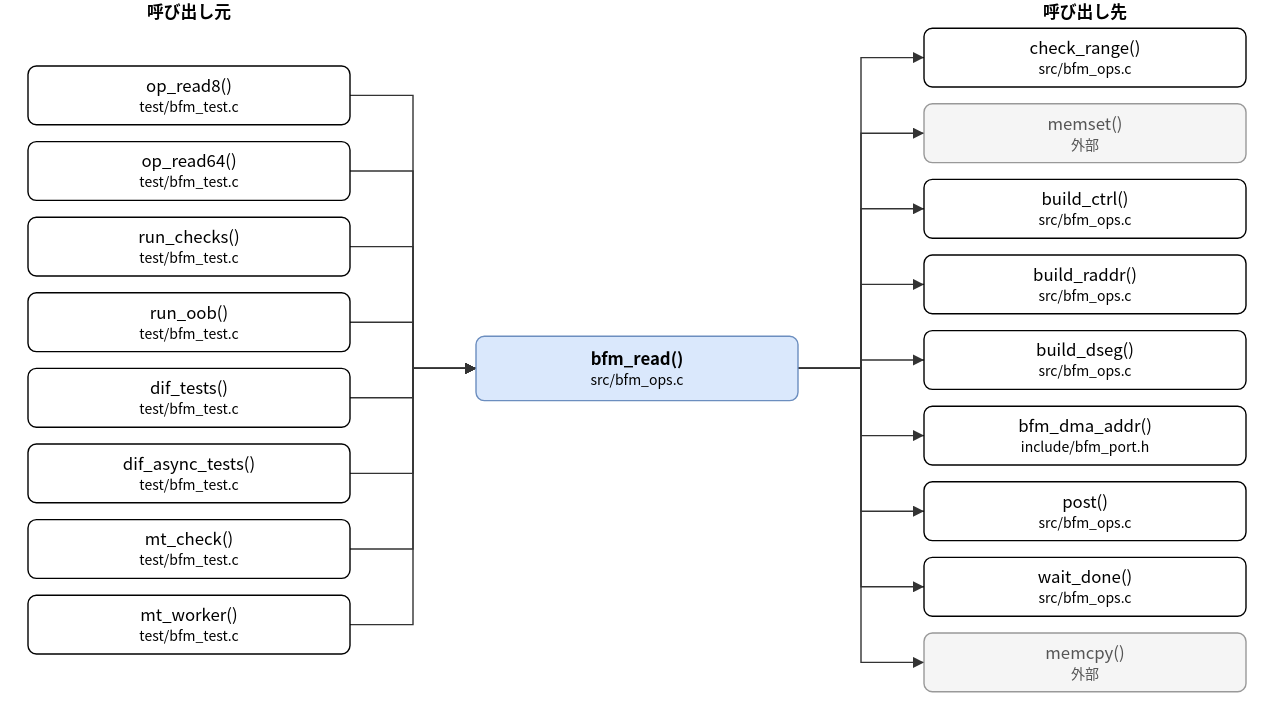
Above: doc/spec/images/call_src_bfm_ops-bfm_read.drawio.svg in hf355051012-ai/bfmem (draw.io), before the change. Source tidied: cells renumbered, new cells last; positions are measured from the earlier drawing's top-left corner, leaving out a move shared by most shapes.
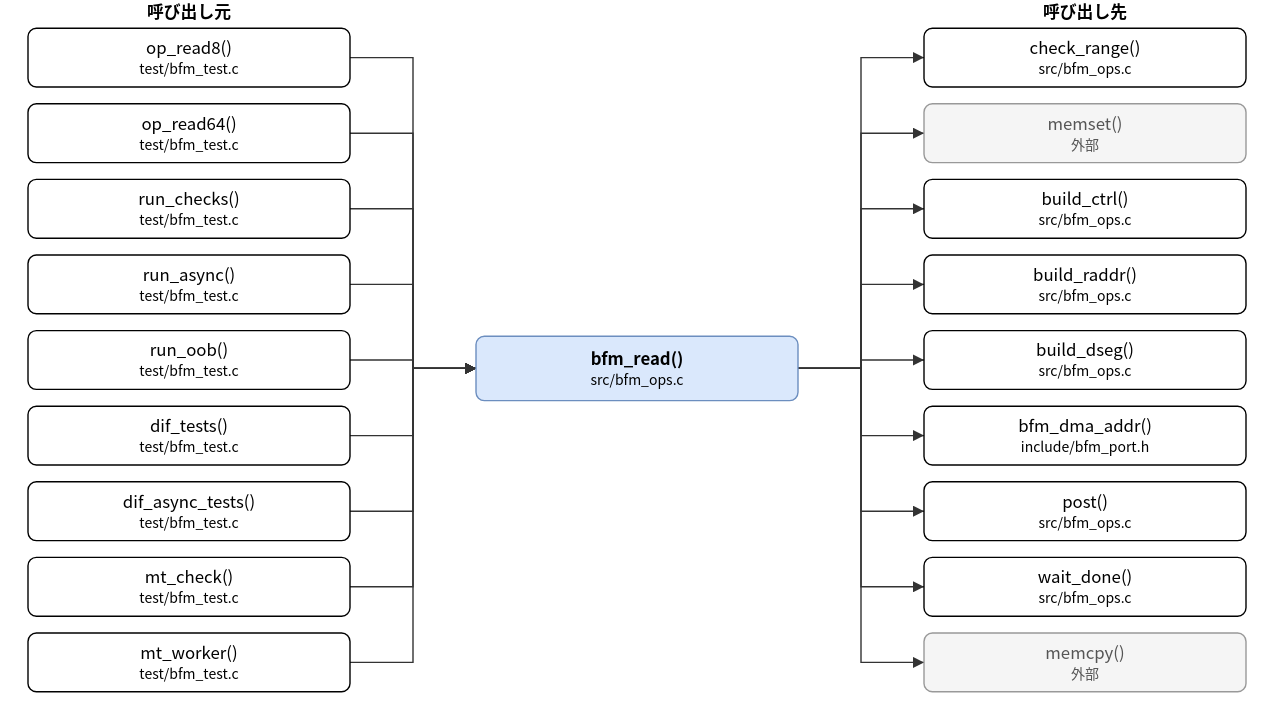
The same file after the commit.

Diff of the diagram source:
```diff
@@ -6,29 +6,32 @@
       <mxGeometry x="320" y="240" width="230" height="46" as="geometry" />
     </mxCell>
     <mxCell id="3" value="op_read8()&lt;br&gt;&lt;font style=&quot;font-size:10px&quot;&gt;test/bfm_test.c&lt;/font&gt;" style="rounded=1;whiteSpace=wrap;html=1;" parent="1" vertex="1">
-      <mxGeometry y="47" width="230" height="42" as="geometry" />
+      <mxGeometry y="20" width="230" height="42" as="geometry" />
     </mxCell>
     <mxCell id="4" value="op_read64()&lt;br&gt;&lt;font style=&quot;font-size:10px&quot;&gt;test/bfm_test.c&lt;/font&gt;" style="rounded=1;whiteSpace=wrap;html=1;" parent="1" vertex="1">
-      <mxGeometry y="101" width="230" height="42" as="geometry" />
+      <mxGeometry y="74" width="230" height="42" as="geometry" />
     </mxCell>
     <mxCell id="5" value="run_checks()&lt;br&gt;&lt;font style=&quot;font-size:10px&quot;&gt;test/bfm_test.c&lt;/font&gt;" style="rounded=1;whiteSpace=wrap;html=1;" parent="1" vertex="1">
-      <mxGeometry y="155" width="230" height="42" as="geometry" />
+      <mxGeometry y="128" width="230" height="42" as="geometry" />
     </mxCell>
-    <mxCell id="6" value="run_oob()&lt;br&gt;&lt;font style=&quot;font-size:10px&quot;&gt;test/bfm_test.c&lt;/font&gt;" style="rounded=1;whiteSpace=wrap;html=1;" parent="1" vertex="1">
-      <mxGeometry y="209" width="230" height="42" as="geometry" />
+    <mxCell id="6" value="run_async()&lt;br&gt;&lt;font style=&quot;font-size:10px&quot;&gt;test/bfm_test.c&lt;/font&gt;" style="rounded=1;whiteSpace=wrap;html=1;" parent="1" vertex="1">
+      <mxGeometry y="182" width="230" height="42" as="geometry" />
     </mxCell>
-    <mxCell id="7" value="dif_tests()&lt;br&gt;&lt;font style=&quot;font-size:10px&quot;&gt;test/bfm_test.c&lt;/font&gt;" style="rounded=1;whiteSpace=wrap;html=1;" parent="1" vertex="1">
-      <mxGeometry y="263" width="230" height="42" as="geometry" />
+    <mxCell id="7" value="run_oob()&lt;br&gt;&lt;font style=&quot;font-size:10px&quot;&gt;test/bfm_test.c&lt;/font&gt;" style="rounded=1;whiteSpace=wrap;html=1;" parent="1" vertex="1">
+      <mxGeometry y="236" width="230" height="42" as="geometry" />
     </mxCell>
-    <mxCell id="8" value="dif_async_tests()&lt;br&gt;&lt;font style=&quot;font-size:10px&quot;&gt;test/bfm_test.c&lt;/font&gt;" style="rounded=1;whiteSpace=wrap;html=1;" parent="1" vertex="1">
-      <mxGeometry y="317" width="230" height="42" as="geometry" />
+    <mxCell id="8" value="dif_tests()&lt;br&gt;&lt;font style=&quot;font-size:10px&quot;&gt;test/bfm_test.c&lt;/font&gt;" style="rounded=1;whiteSpace=wrap;html=1;" parent="1" vertex="1">
+      <mxGeometry y="290" width="230" height="42" as="geometry" />
     </mxCell>
-    <mxCell id="9" value="mt_check()&lt;br&gt;&lt;font style=&quot;font-size:10px&quot;&gt;test/bfm_test.c&lt;/font&gt;" style="rounded=1;whiteSpace=wrap;html=1;" parent="1" vertex="1">
-      <mxGeometry y="371" width="230" height="42" as="geometry" />
+    <mxCell id="9" value="dif_async_tests()&lt;br&gt;&lt;font style=&quot;font-size:10px&quot;&gt;test/bfm_test.c&lt;/font&gt;" style="rounded=1;whiteSpace=wrap;html=1;" parent="1" vertex="1">
+      <mxGeometry y="344" width="230" height="42" as="geometry" />
     </mxCell>
-    <mxCell id="10" value="mt_worker()&lt;br&gt;&lt;font style=&quot;font-size:10px&quot;&gt;test/bfm_test.c&lt;/font&gt;" style="rounded=1;whiteSpace=wrap;html=1;" parent="1" vertex="1">
-      <mxGeometry y="425" width="230" height="42" as="geometry" />
+    <mxCell id="10" value="mt_check()&lt;br&gt;&lt;font style=&quot;font-size:10px&quot;&gt;test/bfm_test.c&lt;/font&gt;" style="rounded=1;whiteSpace=wrap;html=1;" parent="1" vertex="1">
+      <mxGeometry y="398" width="230" height="42" as="geometry" />
     </mxCell>
+    <mxCell id="39" value="mt_worker()&lt;br&gt;&lt;font style=&quot;font-size:10px&quot;&gt;test/bfm_test.c&lt;/font&gt;" style="rounded=1;whiteSpace=wrap;html=1;" parent="1" vertex="1">
+      <mxGeometry y="452" width="230" height="42" as="geometry" />
+    </mxCell>
     <mxCell id="11" value="check_range()&lt;br&gt;&lt;font style=&quot;font-size:10px&quot;&gt;src/bfm_ops.c&lt;/font&gt;" style="rounded=1;whiteSpace=wrap;html=1;" parent="1" vertex="1">
       <mxGeometry x="640" y="20" width="230" height="42" as="geometry" />
     </mxCell>
@@ -59,7 +62,7 @@
     <mxCell id="20" style="edgeStyle=none;html=1;rounded=0;endArrow=block;endFill=1;exitX=1.0000;exitY=0.5000;exitDx=0;exitDy=0;exitPerimeter=0;entryX=0.0000;entryY=0.5000;entryDx=0;entryDy=0;entryPerimeter=0;" parent="1" edge="1" source="3" target="2">
       <mxGeometry relative="1" as="geometry">
         <Array as="points">
-          <mxPoint x="275" y="68" />
+          <mxPoint x="275" y="41" />
           <mxPoint x="275" y="263" />
         </Array>
       </mxGeometry>
@@ -67,7 +70,7 @@
     <mxCell id="21" style="edgeStyle=none;html=1;rounded=0;endArrow=block;endFill=1;exitX=1.0000;exitY=0.5000;exitDx=0;exitDy=0;exitPerimeter=0;entryX=0.0000;entryY=0.5000;entryDx=0;entryDy=0;entryPerimeter=0;" parent="1" edge="1" source="4" target="2">
       <mxGeometry relative="1" as="geometry">
         <Array as="points">
-          <mxPoint x="275" y="122" />
+          <mxPoint x="275" y="95" />
           <mxPoint x="275" y="263" />
         </Array>
       </mxGeometry>
@@ -75,7 +78,7 @@
     <mxCell id="22" style="edgeStyle=none;html=1;rounded=0;endArrow=block;endFill=1;exitX=1.0000;exitY=0.5000;exitDx=0;exitDy=0;exitPerimeter=0;entryX=0.0000;entryY=0.5000;entryDx=0;entryDy=0;entryPerimeter=0;" parent="1" edge="1" source="5" target="2">
       <mxGeometry relative="1" as="geometry">
         <Array as="points">
-          <mxPoint x="275" y="176" />
+          <mxPoint x="275" y="149" />
           <mxPoint x="275" y="263" />
         </Array>
       </mxGeometry>
@@ -83,7 +86,7 @@
     <mxCell id="23" style="edgeStyle=none;html=1;rounded=0;endArrow=block;endFill=1;exitX=1.0000;exitY=0.5000;exitDx=0;exitDy=0;exitPerimeter=0;entryX=0.0000;entryY=0.5000;entryDx=0;entryDy=0;entryPerimeter=0;" parent="1" edge="1" source="6" target="2">
       <mxGeometry relative="1" as="geometry">
         <Array as="points">
-          <mxPoint x="275" y="230" />
+          <mxPoint x="275" y="203" />
           <mxPoint x="275" y="263" />
         </Array>
       </mxGeometry>
@@ -91,7 +94,7 @@
     <mxCell id="24" style="edgeStyle=none;html=1;rounded=0;endArrow=block;endFill=1;exitX=1.0000;exitY=0.5000;exitDx=0;exitDy=0;exitPerimeter=0;entryX=0.0000;entryY=0.5000;entryDx=0;entryDy=0;entryPerimeter=0;" parent="1" edge="1" source="7" target="2">
       <mxGeometry relative="1" as="geometry">
         <Array as="points">
-          <mxPoint x="275" y="284" />
+          <mxPoint x="275" y="257" />
           <mxPoint x="275" y="263" />
         </Array>
       </mxGeometry>
@@ -99,7 +102,7 @@
     <mxCell id="25" style="edgeStyle=none;html=1;rounded=0;endArrow=block;endFill=1;exitX=1.0000;exitY=0.5000;exitDx=0;exitDy=0;exitPerimeter=0;entryX=0.0000;entryY=0.5000;entryDx=0;entryDy=0;entryPerimeter=0;" parent="1" edge="1" source="8" target="2">
       <mxGeometry relative="1" as="geometry">
         <Array as="points">
-          <mxPoint x="275" y="338" />
+          <mxPoint x="275" y="311" />
           <mxPoint x="275" y="263" />
         </Array>
       </mxGeometry>
@@ -107,7 +110,7 @@
     <mxCell id="26" style="edgeStyle=none;html=1;rounded=0;endArrow=block;endFill=1;exitX=1.0000;exitY=0.5000;exitDx=0;exitDy=0;exitPerimeter=0;entryX=0.0000;entryY=0.5000;entryDx=0;entryDy=0;entryPerimeter=0;" parent="1" edge="1" source="9" target="2">
       <mxGeometry relative="1" as="geometry">
         <Array as="points">
-          <mxPoint x="275" y="392" />
+          <mxPoint x="275" y="365" />
           <mxPoint x="275" y="263" />
         </Array>
       </mxGeometry>
@@ -115,83 +118,91 @@
     <mxCell id="27" style="edgeStyle=none;html=1;rounded=0;endArrow=block;endFill=1;exitX=1.0000;exitY=0.5000;exitDx=0;exitDy=0;exitPerimeter=0;entryX=0.0000;entryY=0.5000;entryDx=0;entryDy=0;entryPerimeter=0;" parent="1" edge="1" source="10" target="2">
       <mxGeometry relative="1" as="geometry">
         <Array as="points">
-          <mxPoint x="275" y="446" />
+          <mxPoint x="275" y="419" />
           <mxPoint x="275" y="263" />
         </Array>
       </mxGeometry>
     </mxCell>
-    <mxCell id="28" style="edgeStyle=none;html=1;rounded=0;endArrow=block;endFill=1;exitX=1.0000;exitY=0.5000;exitDx=0;exitDy=0;exitPerimeter=0;entryX=0.0000;entryY=0.5000;entryDx=0;entryDy=0;entryPerimeter=0;" parent="1" edge="1" source="2" target="11">
+    <mxCell id="28" style="edgeStyle=none;html=1;rounded=0;endArrow=block;endFill=1;exitX=1.0000;exitY=0.5000;exitDx=0;exitDy=0;exitPerimeter=0;entryX=0.0000;entryY=0.5000;entryDx=0;entryDy=0;entryPerimeter=0;" parent="1" edge="1" source="39" target="2">
       <mxGeometry relative="1" as="geometry">
         <Array as="points">
-          <mxPoint x="595" y="263" />
-          <mxPoint x="595" y="41" />
+          <mxPoint x="275" y="473" />
+          <mxPoint x="275" y="263" />
         </Array>
       </mxGeometry>
     </mxCell>
-    <mxCell id="29" style="edgeStyle=none;html=1;rounded=0;endArrow=block;endFill=1;exitX=1.0000;exitY=0.5000;exitDx=0;exitDy=0;exitPerimeter=0;entryX=0.0000;entryY=0.5000;entryDx=0;entryDy=0;entryPerimeter=0;" parent="1" edge="1" source="2" target="12">
+    <mxCell id="29" style="edgeStyle=none;html=1;rounded=0;endArrow=block;endFill=1;exitX=1.0000;exitY=0.5000;exitDx=0;exitDy=0;exitPerimeter=0;entryX=0.0000;entryY=0.5000;entryDx=0;entryDy=0;entryPerimeter=0;" parent="1" edge="1" source="2" target="11">
       <mxGeometry relative="1" as="geometry">
         <Array as="points">
           <mxPoint x="595" y="263" />
-          <mxPoint x="595" y="95" />
+          <mxPoint x="595" y="41" />
         </Array>
       </mxGeometry>
     </mxCell>
-    <mxCell id="30" style="edgeStyle=none;html=1;rounded=0;endArrow=block;endFill=1;exitX=1.0000;exitY=0.5000;exitDx=0;exitDy=0;exitPerimeter=0;entryX=0.0000;entryY=0.5000;entryDx=0;entryDy=0;entryPerimeter=0;" parent="1" edge="1" source="2" target="13">
+    <mxCell id="30" style="edgeStyle=none;html=1;rounded=0;endArrow=block;endFill=1;exitX=1.0000;exitY=0.5000;exitDx=0;exitDy=0;exitPerimeter=0;entryX=0.0000;entryY=0.5000;entryDx=0;entryDy=0;entryPerimeter=0;" parent="1" edge="1" source="2" target="12">
       <mxGeometry relative="1" as="geometry">
         <Array as="points">
           <mxPoint x="595" y="263" />
-          <mxPoint x="595" y="149" />
+          <mxPoint x="595" y="95" />
         </Array>
       </mxGeometry>
     </mxCell>
-    <mxCell id="31" style="edgeStyle=none;html=1;rounded=0;endArrow=block;endFill=1;exitX=1.0000;exitY=0.5000;exitDx=0;exitDy=0;exitPerimeter=0;entryX=0.0000;entryY=0.5000;entryDx=0;entryDy=0;entryPerimeter=0;" parent="1" edge="1" source="2" target="14">
+    <mxCell id="31" style="edgeStyle=none;html=1;rounded=0;endArrow=block;endFill=1;exitX=1.0000;exitY=0.5000;exitDx=0;exitDy=0;exitPerimeter=0;entryX=0.0000;entryY=0.5000;entryDx=0;entryDy=0;entryPerimeter=0;" parent="1" edge="1" source="2" target="13">
       <mxGeometry relative="1" as="geometry">
         <Array as="points">
           <mxPoint x="595" y="263" />
-          <mxPoint x="595" y="203" />
+          <mxPoint x="595" y="149" />
         </Array>
       </mxGeometry>
     </mxCell>
-    <mxCell id="32" style="edgeStyle=none;html=1;rounded=0;endArrow=block;endFill=1;exitX=1.0000;exitY=0.5000;exitDx=0;exitDy=0;exitPerimeter=0;entryX=0.0000;entryY=0.5000;entryDx=0;entryDy=0;entryPerimeter=0;" parent="1" edge="1" source="2" target="15">
+    <mxCell id="32" style="edgeStyle=none;html=1;rounded=0;endArrow=block;endFill=1;exitX=1.0000;exitY=0.5000;exitDx=0;exitDy=0;exitPerimeter=0;entryX=0.0000;entryY=0.5000;entryDx=0;entryDy=0;entryPerimeter=0;" parent="1" edge="1" source="2" target="14">
       <mxGeometry relative="1" as="geometry">
         <Array as="points">
           <mxPoint x="595" y="263" />
-          <mxPoint x="595" y="257" />
+          <mxPoint x="595" y="203" />
         </Array>
       </mxGeometry>
     </mxCell>
-    <mxCell id="33" style="edgeStyle=none;html=1;rounded=0;endArrow=block;endFill=1;exitX=1.0000;exitY=0.5000;exitDx=0;exitDy=0;exitPerimeter=0;entryX=0.0000;entryY=0.5000;entryDx=0;entryDy=0;entryPerimeter=0;" parent="1" edge="1" source="2" target="16">
+    <mxCell id="33" style="edgeStyle=none;html=1;rounded=0;endArrow=block;endFill=1;exitX=1.0000;exitY=0.5000;exitDx=0;exitDy=0;exitPerimeter=0;entryX=0.0000;entryY=0.5000;entryDx=0;entryDy=0;entryPerimeter=0;" parent="1" edge="1" source="2" target="15">
       <mxGeometry relative="1" as="geometry">
         <Array as="points">
           <mxPoint x="595" y="263" />
-          <mxPoint x="595" y="311" />
+          <mxPoint x="595" y="257" />
         </Array>
       </mxGeometry>
     </mxCell>
-    <mxCell id="34" style="edgeStyle=none;html=1;rounded=0;endArrow=block;endFill=1;exitX=1.0000;exitY=0.5000;exitDx=0;exitDy=0;exitPerimeter=0;entryX=0.0000;entryY=0.5000;entryDx=0;entryDy=0;entryPerimeter=0;" parent="1" edge="1" source="2" target="17">
+    <mxCell id="34" style="edgeStyle=none;html=1;rounded=0;endArrow=block;endFill=1;exitX=1.0000;exitY=0.5000;exitDx=0;exitDy=0;exitPerimeter=0;entryX=0.0000;entryY=0.5000;entryDx=0;entryDy=0;entryPerimeter=0;" parent="1" edge="1" source="2" target="16">
       <mxGeometry relative="1" as="geometry">
         <Array as="points">
           <mxPoint x="595" y="263" />
-          <mxPoint x="595" y="365" />
+          <mxPoint x="595" y="311" />
         </Array>
       </mxGeometry>
     </mxCell>
-    <mxCell id="35" style="edgeStyle=none;html=1;rounded=0;endArrow=block;endFill=1;exitX=1.0000;exitY=0.5000;exitDx=0;exitDy=0;exitPerimeter=0;entryX=0.0000;entryY=0.5000;entryDx=0;entryDy=0;entryPerimeter=0;" parent="1" edge="1" source="2" target="18">
+    <mxCell id="35" style="edgeStyle=none;html=1;rounded=0;endArrow=block;endFill=1;exitX=1.0000;exitY=0.5000;exitDx=0;exitDy=0;exitPerimeter=0;entryX=0.0000;entryY=0.5000;entryDx=0;entryDy=0;entryPerimeter=0;" parent="1" edge="1" source="2" target="17">
       <mxGeometry relative="1" as="geometry">
         <Array as="points">
           <mxPoint x="595" y="263" />
-          <mxPoint x="595" y="419" />
+          <mxPoint x="595" y="365" />
         </Array>
       </mxGeometry>
     </mxCell>
-    <mxCell id="36" style="edgeStyle=none;html=1;rounded=0;endArrow=block;endFill=1;exitX=1.0000;exitY=0.5000;exitDx=0;exitDy=0;exitPerimeter=0;entryX=0.0000;entryY=0.5000;entryDx=0;entryDy=0;entryPerimeter=0;" parent="1" edge="1" source="2" target="19">
+    <mxCell id="36" style="edgeStyle=none;html=1;rounded=0;endArrow=block;endFill=1;exitX=1.0000;exitY=0.5000;exitDx=0;exitDy=0;exitPerimeter=0;entryX=0.0000;entryY=0.5000;entryDx=0;entryDy=0;entryPerimeter=0;" parent="1" edge="1" source="2" target="18">
       <mxGeometry relative="1" as="geometry">
         <Array as="points">
           <mxPoint x="595" y="263" />
-          <mxPoint x="595" y="473" />
+          <mxPoint x="595" y="419" />
         </Array>
       </mxGeometry>
     </mxCell>
+    <mxCell id="40" style="edgeStyle=none;html=1;rounded=0;endArrow=block;endFill=1;exitX=1.0000;exitY=0.5000;exitDx=0;exitDy=0;exitPerimeter=0;entryX=0.0000;entryY=0.5000;entryDx=0;entryDy=0;entryPerimeter=0;" parent="1" edge="1" source="2" target="19">
+      <mxGeometry relative="1" as="geometry">
+        <Array as="points">
+          <mxPoint x="595" y="263" />
+          <mxPoint x="595" y="473" />
+        </Array>
+      </mxGeometry>
+    </mxCell>
     <mxCell id="37" value="呼び出し元" style="text;html=1;align=center;fontStyle=1;" parent="1" vertex="1">
       <mxGeometry x="35" width="160" height="18" as="geometry" />
     </mxCell>
```
